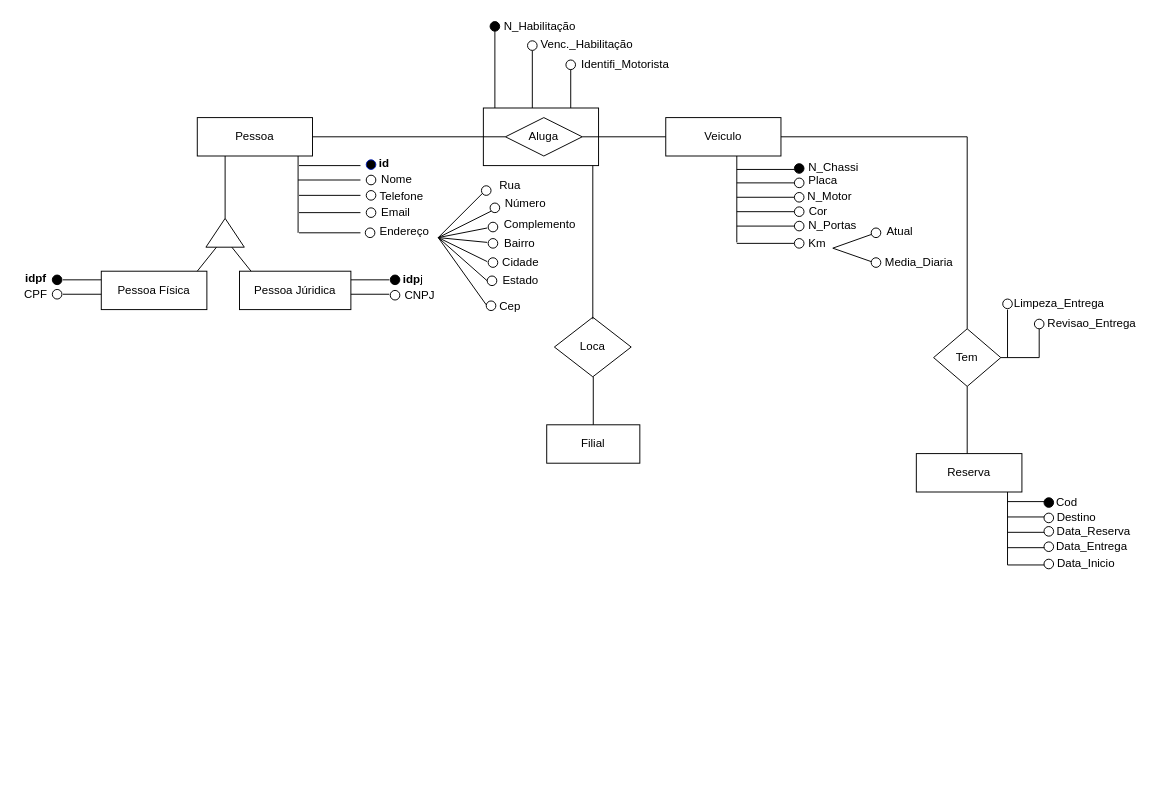
carlosti1099/Universidade keeps this draw.io diagram as Untitled Diagram.drawio. Above is the earlier version. Source tidied: cells renumbered, new cells numbered last; positions are measured from the earlier drawing's top-left corner, leaving out a move shared by most shapes. Both pictures are drawn from the tidied source at 96%, with x=0, y=0 at pixel (16, 16).
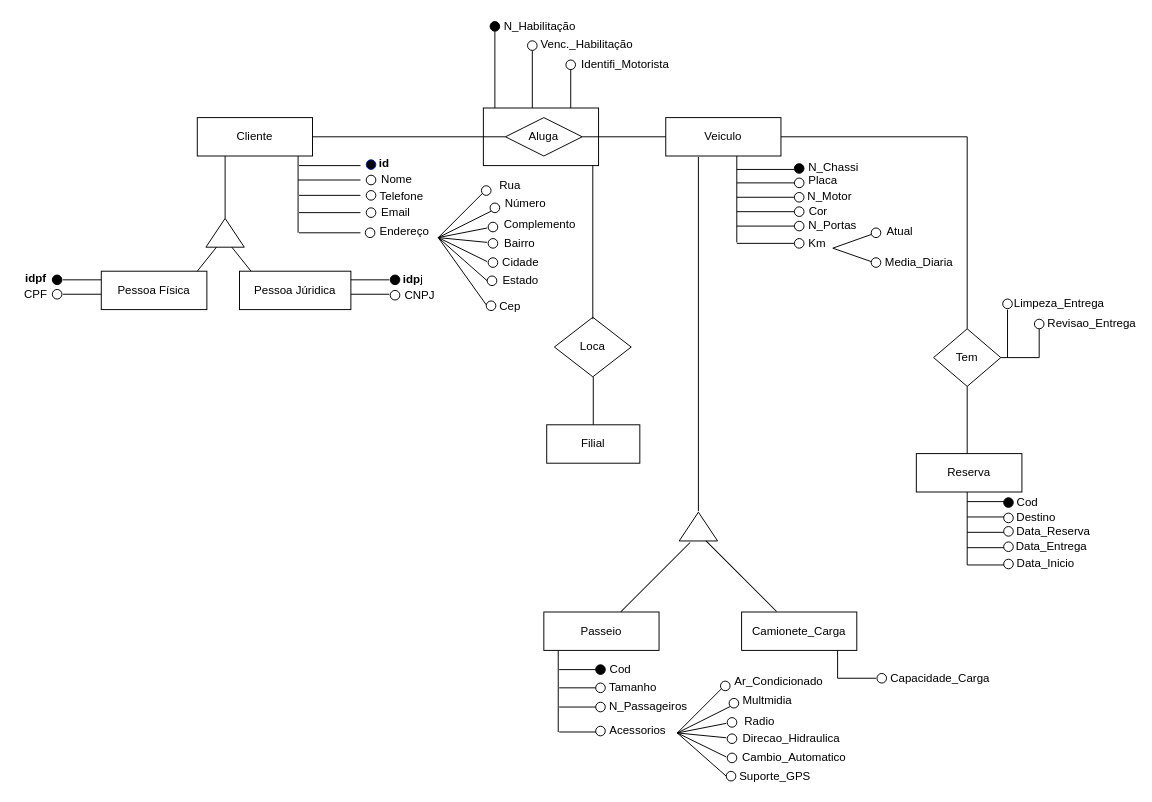
Above is the later version.

What changed in the source:
```diff
@@
-    <mxCell id="2" value="Pessoa" style="rounded=0;whiteSpace=wrap;html=1;" parent="1" vertex="1">
+    <mxCell id="2" value="Cliente" style="rounded=0;whiteSpace=wrap;html=1;" parent="1" vertex="1">
       <mxGeometry x="188" y="105" width="120" height="40" as="geometry" />
     </mxCell>
@@
     <mxCell id="116" style="line;strokeWidth=1;direction=south;html=1;labelBackgroundColor=default;sketch=0;fontColor=default;fillColor=#FFFFFF;align=center;verticalAlign=middle;" parent="1" vertex="1">
-      <mxGeometry x="1027" y="495" width="10" height="76" as="geometry" />
+      <mxGeometry x="985" y="495" width="10" height="76" as="geometry" />
     </mxCell>
     <mxCell id="117" style="verticalLabelPosition=bottom;shadow=0;dashed=0;align=center;html=1;verticalAlign=top;strokeWidth=1;shape=mxgraph.mockup.markup.line;strokeColor=#000000;direction=north;labelBackgroundColor=default;sketch=0;fontColor=default;fillColor=#FFFFFF;rotation=90;" parent="1" vertex="1">
-      <mxGeometry x="1042" y="485" width="20" height="40" as="geometry" />
+      <mxGeometry x="1000" y="485" width="20" height="40" as="geometry" />
     </mxCell>
     <mxCell id="118" style="verticalLabelPosition=bottom;shadow=0;dashed=0;align=center;html=1;verticalAlign=top;strokeWidth=1;shape=mxgraph.mockup.markup.line;strokeColor=#000000;direction=north;labelBackgroundColor=default;sketch=0;fontColor=default;fillColor=#FFFFFF;rotation=90;" parent="1" vertex="1">
-      <mxGeometry x="1042" y="501" width="20" height="40" as="geometry" />
+      <mxGeometry x="1000" y="501" width="20" height="40" as="geometry" />
     </mxCell>
     <mxCell id="119" style="verticalLabelPosition=bottom;shadow=0;dashed=0;align=center;html=1;verticalAlign=top;strokeWidth=1;shape=mxgraph.mockup.markup.line;strokeColor=#000000;direction=north;labelBackgroundColor=default;sketch=0;fontColor=default;fillColor=#FFFFFF;rotation=90;" parent="1" vertex="1">
-      <mxGeometry x="1042" y="517" width="20" height="40" as="geometry" />
+      <mxGeometry x="1000" y="517" width="20" height="40" as="geometry" />
     </mxCell>
     <mxCell id="120" style="verticalLabelPosition=bottom;shadow=0;dashed=0;align=center;html=1;verticalAlign=top;strokeWidth=1;shape=mxgraph.mockup.markup.line;strokeColor=#000000;direction=north;labelBackgroundColor=default;sketch=0;fontColor=default;fillColor=#FFFFFF;rotation=90;" parent="1" vertex="1">
-      <mxGeometry x="1042" y="533" width="20" height="40" as="geometry" />
+      <mxGeometry x="1000" y="533" width="20" height="40" as="geometry" />
     </mxCell>
     <mxCell id="121" style="verticalLabelPosition=bottom;shadow=0;dashed=0;align=center;html=1;verticalAlign=top;strokeWidth=1;shape=mxgraph.mockup.markup.line;strokeColor=#000000;direction=north;labelBackgroundColor=default;sketch=0;fontColor=default;fillColor=#FFFFFF;rotation=90;" parent="1" vertex="1">
-      <mxGeometry x="1042" y="551" width="20" height="40" as="geometry" />
+      <mxGeometry x="1000" y="551" width="20" height="40" as="geometry" />
     </mxCell>
     <mxCell id="122" style="ellipse;whiteSpace=wrap;html=1;fillColor=#000000;" parent="1" vertex="1">
-      <mxGeometry x="1070" y="501" width="10" height="10" as="geometry" />
+      <mxGeometry x="1028" y="501" width="10" height="10" as="geometry" />
     </mxCell>
     <mxCell id="123" style="ellipse;whiteSpace=wrap;html=1;" parent="1" vertex="1">
-      <mxGeometry x="1070" y="517" width="10" height="10" as="geometry" />
+      <mxGeometry x="1028" y="517" width="10" height="10" as="geometry" />
     </mxCell>
     <mxCell id="124" style="ellipse;whiteSpace=wrap;html=1;" parent="1" vertex="1">
-      <mxGeometry x="1070" y="531" width="10" height="10" as="geometry" />
+      <mxGeometry x="1028" y="531" width="10" height="10" as="geometry" />
     </mxCell>
     <mxCell id="125" style="ellipse;whiteSpace=wrap;html=1;" parent="1" vertex="1">
-      <mxGeometry x="1070" y="547" width="10" height="10" as="geometry" />
+      <mxGeometry x="1028" y="547" width="10" height="10" as="geometry" />
     </mxCell>
     <mxCell id="126" style="ellipse;whiteSpace=wrap;html=1;" parent="1" vertex="1">
-      <mxGeometry x="1070" y="565" width="10" height="10" as="geometry" />
+      <mxGeometry x="1028" y="565" width="10" height="10" as="geometry" />
     </mxCell>
     <mxCell id="127" value="Cod" style="text;html=1;strokeColor=none;fillColor=none;align=center;verticalAlign=middle;whiteSpace=wrap;rounded=0;labelBackgroundColor=default;sketch=0;fontColor=default;" parent="1" vertex="1">
-      <mxGeometry x="1064" y="491" width="60" height="30" as="geometry" />
+      <mxGeometry x="1023" y="491" width="60" height="30" as="geometry" />
     </mxCell>
     <mxCell id="128" value="Destino" style="text;html=1;strokeColor=none;fillColor=none;align=center;verticalAlign=middle;whiteSpace=wrap;rounded=0;labelBackgroundColor=default;sketch=0;fontColor=default;" parent="1" vertex="1">
-      <mxGeometry x="1074" y="507" width="60" height="30" as="geometry" />
+      <mxGeometry x="1032" y="507" width="60" height="30" as="geometry" />
     </mxCell>
     <mxCell id="129" value="Data_Reserva" style="text;html=1;strokeColor=none;fillColor=none;align=center;verticalAlign=middle;whiteSpace=wrap;rounded=0;labelBackgroundColor=default;sketch=0;fontColor=default;" parent="1" vertex="1">
-      <mxGeometry x="1092" y="521" width="60" height="30" as="geometry" />
+      <mxGeometry x="1050" y="521" width="60" height="30" as="geometry" />
     </mxCell>
     <mxCell id="130" value="Data_Entrega" style="text;html=1;strokeColor=none;fillColor=none;align=center;verticalAlign=middle;whiteSpace=wrap;rounded=0;labelBackgroundColor=default;sketch=0;fontColor=default;" parent="1" vertex="1">
-      <mxGeometry x="1090" y="537" width="60" height="30" as="geometry" />
+      <mxGeometry x="1048" y="537" width="60" height="30" as="geometry" />
     </mxCell>
     <mxCell id="131" value="Data_Inicio" style="text;html=1;strokeColor=none;fillColor=none;align=center;verticalAlign=middle;whiteSpace=wrap;rounded=0;labelBackgroundColor=default;sketch=0;fontColor=default;" parent="1" vertex="1">
-      <mxGeometry x="1084" y="555" width="60" height="30" as="geometry" />
+      <mxGeometry x="1042" y="555" width="60" height="30" as="geometry" />
     </mxCell>
+    <mxCell id="132" style="endArrow=none;html=1;fontColor=#000000;" parent="1" edge="1">
+      <mxGeometry relative="1" as="geometry">
+        <mxPoint x="710" y="515" as="sourcePoint" />
+        <mxPoint x="710" y="146" as="targetPoint" />
+      </mxGeometry>
+    </mxCell>
+    <mxCell id="133" style="triangle;whiteSpace=wrap;html=1;rotation=-90;" parent="1" vertex="1">
+      <mxGeometry x="695" y="511" width="30" height="40" as="geometry" />
+    </mxCell>
+    <mxCell id="134" style="verticalLabelPosition=bottom;shadow=0;dashed=0;align=center;html=1;verticalAlign=top;strokeWidth=1;shape=mxgraph.mockup.markup.line;strokeColor=#000000;direction=north;labelBackgroundColor=default;sketch=0;fontColor=default;fillColor=#000000;rotation=45;" parent="1" vertex="1">
+      <mxGeometry x="655.3" y="532.7" width="20" height="102" as="geometry" />
+    </mxCell>
+    <mxCell id="135" style="verticalLabelPosition=bottom;shadow=0;dashed=0;align=center;html=1;verticalAlign=top;strokeWidth=1;shape=mxgraph.mockup.markup.line;strokeColor=#000000;direction=north;labelBackgroundColor=default;sketch=0;fontColor=default;fillColor=#000000;rotation=-45;" parent="1" vertex="1">
+      <mxGeometry x="744.7" y="530.7" width="20" height="104" as="geometry" />
+    </mxCell>
+    <mxCell id="136" value="Passeio" style="rounded=0;whiteSpace=wrap;html=1;labelBackgroundColor=default;sketch=0;fontColor=default;strokeColor=#000000;strokeWidth=1;fillColor=#FFFFFF;align=center;verticalAlign=middle;" parent="1" vertex="1">
+      <mxGeometry x="549" y="620" width="120" height="40" as="geometry" />
+    </mxCell>
+    <mxCell id="137" value="Camionete_Carga" style="rounded=0;whiteSpace=wrap;html=1;labelBackgroundColor=default;sketch=0;fontColor=default;strokeColor=#000000;strokeWidth=1;fillColor=#FFFFFF;align=center;verticalAlign=middle;" parent="1" vertex="1">
+      <mxGeometry x="755" y="620" width="120" height="40" as="geometry" />
+    </mxCell>
+    <mxCell id="138" style="verticalLabelPosition=bottom;shadow=0;dashed=0;align=center;html=1;verticalAlign=top;strokeWidth=1;shape=mxgraph.mockup.markup.line;strokeColor=#000000;direction=north;labelBackgroundColor=default;sketch=0;fontColor=default;fillColor=#FFFFFF;rotation=90;" parent="1" vertex="1">
+      <mxGeometry x="575" y="679" width="20" height="40" as="geometry" />
+    </mxCell>
+    <mxCell id="139" style="verticalLabelPosition=bottom;shadow=0;dashed=0;align=center;html=1;verticalAlign=top;strokeWidth=1;shape=mxgraph.mockup.markup.line;strokeColor=#000000;direction=north;labelBackgroundColor=default;sketch=0;fontColor=default;fillColor=#FFFFFF;rotation=90;" parent="1" vertex="1">
+      <mxGeometry x="575" y="699" width="20" height="40" as="geometry" />
+    </mxCell>
+    <mxCell id="140" style="verticalLabelPosition=bottom;shadow=0;dashed=0;align=center;html=1;verticalAlign=top;strokeWidth=1;shape=mxgraph.mockup.markup.line;strokeColor=#000000;direction=north;labelBackgroundColor=default;sketch=0;fontColor=default;fillColor=#FFFFFF;rotation=90;" parent="1" vertex="1">
+      <mxGeometry x="575" y="725" width="20" height="40" as="geometry" />
+    </mxCell>
+    <mxCell id="141" style="ellipse;whiteSpace=wrap;html=1;fillColor=#000000;" parent="1" vertex="1">
+      <mxGeometry x="603" y="675" width="10" height="10" as="geometry" />
+    </mxCell>
+    <mxCell id="142" style="ellipse;whiteSpace=wrap;html=1;" parent="1" vertex="1">
+      <mxGeometry x="603" y="694" width="10" height="10" as="geometry" />
+    </mxCell>
+    <mxCell id="143" style="ellipse;whiteSpace=wrap;html=1;" parent="1" vertex="1">
+      <mxGeometry x="603" y="714" width="10" height="10" as="geometry" />
+    </mxCell>
+    <mxCell id="144" style="ellipse;whiteSpace=wrap;html=1;" parent="1" vertex="1">
+      <mxGeometry x="603" y="739" width="10" height="10" as="geometry" />
+    </mxCell>
+    <mxCell id="145" value="N_Passageiros" style="text;html=1;strokeColor=none;fillColor=none;align=center;verticalAlign=middle;whiteSpace=wrap;rounded=0;labelBackgroundColor=default;sketch=0;fontColor=default;" parent="1" vertex="1">
+      <mxGeometry x="628" y="704" width="60" height="30" as="geometry" />
+    </mxCell>
+    <mxCell id="146" value="Acessorios" style="text;html=1;strokeColor=none;fillColor=none;align=center;verticalAlign=middle;whiteSpace=wrap;rounded=0;labelBackgroundColor=default;sketch=0;fontColor=default;" parent="1" vertex="1">
+      <mxGeometry x="617" y="729" width="60" height="30" as="geometry" />
+    </mxCell>
+    <mxCell id="147" style="verticalLabelPosition=bottom;shadow=0;dashed=0;align=center;html=1;verticalAlign=top;strokeWidth=1;shape=mxgraph.mockup.markup.line;strokeColor=#000000;direction=north;labelBackgroundColor=default;sketch=0;fontColor=default;fillColor=#FFFFFF;rotation=90;" parent="1" vertex="1">
+      <mxGeometry x="575" y="660" width="20" height="40" as="geometry" />
+    </mxCell>
+    <mxCell id="148" style="line;strokeWidth=1;direction=south;html=1;labelBackgroundColor=default;sketch=0;fontColor=default;fillColor=#FFFFFF;align=center;verticalAlign=middle;" parent="1" vertex="1">
+      <mxGeometry x="431" y="660" width="266" height="85" as="geometry" />
+    </mxCell>
+    <mxCell id="149" value="Cod" style="text;html=1;strokeColor=none;fillColor=none;align=center;verticalAlign=middle;whiteSpace=wrap;rounded=0;labelBackgroundColor=default;sketch=0;fontColor=default;" parent="1" vertex="1">
+      <mxGeometry x="598.5" y="665" width="60" height="30" as="geometry" />
+    </mxCell>
+    <mxCell id="150" value="Tamanho" style="text;html=1;strokeColor=none;fillColor=none;align=center;verticalAlign=middle;whiteSpace=wrap;rounded=0;labelBackgroundColor=default;sketch=0;fontColor=default;" parent="1" vertex="1">
+      <mxGeometry x="612" y="684" width="60" height="30" as="geometry" />
+    </mxCell>
+    <mxCell id="151" style="endArrow=none;html=1;" parent="1" edge="1">
+      <mxGeometry relative="1" as="geometry">
+        <mxPoint x="688" y="746" as="sourcePoint" />
+        <mxPoint x="738" y="696" as="targetPoint" />
+      </mxGeometry>
+    </mxCell>
+    <mxCell id="152" style="endArrow=none;html=1;" parent="1" edge="1">
+      <mxGeometry relative="1" as="geometry">
+        <mxPoint x="688" y="746" as="sourcePoint" />
+        <mxPoint x="748" y="716" as="targetPoint" />
+      </mxGeometry>
+    </mxCell>
+    <mxCell id="153" style="endArrow=none;html=1;" parent="1" edge="1">
+      <mxGeometry relative="1" as="geometry">
+        <mxPoint x="688" y="746" as="sourcePoint" />
+        <mxPoint x="739" y="736" as="targetPoint" />
+      </mxGeometry>
+    </mxCell>
+    <mxCell id="154" style="endArrow=none;html=1;" parent="1" edge="1">
+      <mxGeometry relative="1" as="geometry">
+        <mxPoint x="688" y="746" as="sourcePoint" />
+        <mxPoint x="739" y="751" as="targetPoint" />
+      </mxGeometry>
+    </mxCell>
+    <mxCell id="155" style="endArrow=none;html=1;" parent="1" edge="1">
+      <mxGeometry relative="1" as="geometry">
+        <mxPoint x="739" y="771" as="sourcePoint" />
+        <mxPoint x="688" y="746" as="targetPoint" />
+      </mxGeometry>
+    </mxCell>
+    <mxCell id="156" style="endArrow=none;html=1;" parent="1" edge="1">
+      <mxGeometry relative="1" as="geometry">
+        <mxPoint x="739" y="791" as="sourcePoint" />
+        <mxPoint x="688" y="746" as="targetPoint" />
+      </mxGeometry>
+    </mxCell>
+    <mxCell id="157" style="ellipse;whiteSpace=wrap;html=1;" parent="1" vertex="1">
+      <mxGeometry x="733" y="692" width="10" height="10" as="geometry" />
+    </mxCell>
+    <mxCell id="158" style="ellipse;whiteSpace=wrap;html=1;" parent="1" vertex="1">
+      <mxGeometry x="742" y="710" width="10" height="10" as="geometry" />
+    </mxCell>
+    <mxCell id="159" style="ellipse;whiteSpace=wrap;html=1;" parent="1" vertex="1">
+      <mxGeometry x="740" y="730" width="10" height="10" as="geometry" />
+    </mxCell>
+    <mxCell id="160" style="ellipse;whiteSpace=wrap;html=1;" parent="1" vertex="1">
+      <mxGeometry x="740" y="747" width="10" height="10" as="geometry" />
+    </mxCell>
+    <mxCell id="161" style="ellipse;whiteSpace=wrap;html=1;" parent="1" vertex="1">
+      <mxGeometry x="740" y="767" width="10" height="10" as="geometry" />
+    </mxCell>
+    <mxCell id="162" style="ellipse;whiteSpace=wrap;html=1;" parent="1" vertex="1">
+      <mxGeometry x="739" y="786" width="10" height="10" as="geometry" />
+    </mxCell>
+    <mxCell id="163" value="Multmidia" style="text;html=1;strokeColor=none;fillColor=none;align=center;verticalAlign=middle;whiteSpace=wrap;rounded=0;" parent="1" vertex="1">
+      <mxGeometry x="762" y="702" width="40" height="20" as="geometry" />
+    </mxCell>
+    <mxCell id="164" value="Radio" style="text;html=1;strokeColor=none;fillColor=none;align=center;verticalAlign=middle;whiteSpace=wrap;rounded=0;" parent="1" vertex="1">
+      <mxGeometry x="754" y="724" width="40" height="20" as="geometry" />
+    </mxCell>
+    <mxCell id="165" value="Direcao_Hidraulica" style="text;html=1;strokeColor=none;fillColor=none;align=center;verticalAlign=middle;whiteSpace=wrap;rounded=0;" parent="1" vertex="1">
+      <mxGeometry x="787" y="742" width="40" height="20" as="geometry" />
+    </mxCell>
+    <mxCell id="166" value="Cambio_Automatico" style="text;html=1;strokeColor=none;fillColor=none;align=center;verticalAlign=middle;whiteSpace=wrap;rounded=0;" parent="1" vertex="1">
+      <mxGeometry x="790" y="762" width="40" height="20" as="geometry" />
+    </mxCell>
+    <mxCell id="167" value="Suporte_GPS" style="text;html=1;strokeColor=none;fillColor=none;align=center;verticalAlign=middle;whiteSpace=wrap;rounded=0;" parent="1" vertex="1">
+      <mxGeometry x="770" y="781" width="40" height="20" as="geometry" />
+    </mxCell>
+    <mxCell id="168" value="Ar_Condicionado" style="text;html=1;strokeColor=none;fillColor=none;align=center;verticalAlign=middle;whiteSpace=wrap;rounded=0;labelBackgroundColor=default;sketch=0;fontColor=default;" parent="1" vertex="1">
+      <mxGeometry x="764" y="678" width="60" height="30" as="geometry" />
+    </mxCell>
+    <mxCell id="169" style="verticalLabelPosition=bottom;shadow=0;dashed=0;align=center;html=1;verticalAlign=top;strokeWidth=1;shape=mxgraph.mockup.markup.line;strokeColor=#000000;direction=north;labelBackgroundColor=default;sketch=0;fontColor=default;fillColor=#FFFFFF;rotation=90;" parent="1" vertex="1">
+      <mxGeometry x="865" y="669" width="20" height="40" as="geometry" />
+    </mxCell>
+    <mxCell id="170" style="verticalLabelPosition=bottom;shadow=0;dashed=0;align=center;html=1;verticalAlign=top;strokeWidth=1;shape=mxgraph.mockup.markup.line;strokeColor=#000000;direction=north;labelBackgroundColor=default;sketch=0;fontColor=default;fillColor=#FFFFFF;" parent="1" vertex="1">
+      <mxGeometry x="845" y="660" width="20" height="29" as="geometry" />
+    </mxCell>
+    <mxCell id="171" style="ellipse;whiteSpace=wrap;html=1;" parent="1" vertex="1">
+      <mxGeometry x="896" y="684" width="10" height="10" as="geometry" />
+    </mxCell>
+    <mxCell id="172" value="Capacidade_Carga" style="text;html=1;strokeColor=none;fillColor=none;align=center;verticalAlign=middle;whiteSpace=wrap;rounded=0;labelBackgroundColor=default;sketch=0;fontColor=default;" parent="1" vertex="1">
+      <mxGeometry x="932" y="674" width="60" height="30" as="geometry" />
+    </mxCell>
```
